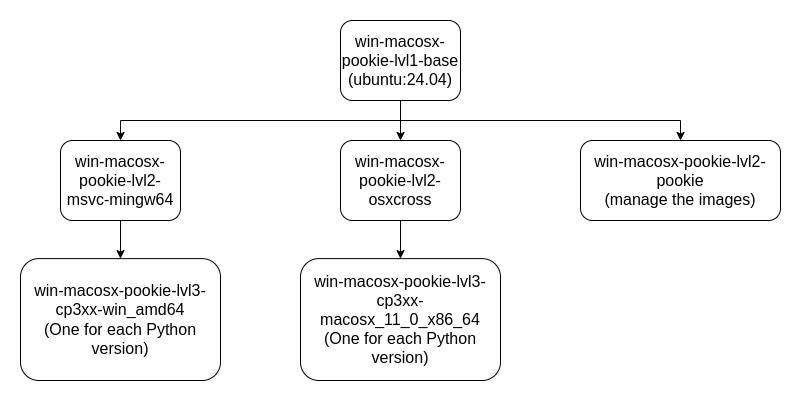
The draw.io diagram images/win-macosx-pookie/Docker_layer_graph_win-macosx-pookie.png in andreslilloortiz/pookie, before a commit. Source tidied: cells renumbered, new cells last; positions are measured from the earlier drawing's top-left corner, leaving out a move shared by most shapes. Source of this version:
```xml
<mxGraphModel>
  <root>
    <mxCell id="0" />
    <mxCell id="1" parent="0" />
    <mxCell id="2" style="edgeStyle=orthogonalEdgeStyle;rounded=0;jettySize=auto;html=1;exitX=0.5;exitY=1;exitDx=0;exitDy=0;entryX=0.5;entryY=0;entryDx=0;entryDy=0;fontSize=16;fontColor=default;" parent="1" edge="1" source="5" target="6">
      <mxGeometry relative="1" as="geometry" />
    </mxCell>
    <mxCell id="3" style="edgeStyle=orthogonalEdgeStyle;rounded=0;jettySize=auto;html=1;exitX=0.5;exitY=1;exitDx=0;exitDy=0;fontSize=16;fontColor=default;" parent="1" edge="1" source="5" target="8">
      <mxGeometry relative="1" as="geometry" />
    </mxCell>
    <mxCell id="4" style="edgeStyle=orthogonalEdgeStyle;rounded=0;jettySize=auto;html=1;exitX=0.5;exitY=1;exitDx=0;exitDy=0;fontSize=16;fontColor=default;" parent="1" edge="1" source="5" target="11">
      <mxGeometry relative="1" as="geometry" />
    </mxCell>
    <mxCell id="5" value="&lt;div&gt;&lt;font&gt;win-macosx-pookie-lvl1-base&lt;/font&gt;&lt;/div&gt;&lt;font&gt;(ubuntu:24.04)&lt;/font&gt;" style="rounded=1;whiteSpace=wrap;html=1;fontSize=16;fontColor=default;" parent="1" vertex="1">
      <mxGeometry x="320" width="120" height="80" as="geometry" />
    </mxCell>
    <mxCell id="6" value="&lt;font&gt;&lt;span style=&quot;&quot;&gt;win-macosx-pookie-lvl2-&lt;/span&gt;pookie&lt;/font&gt;&lt;div&gt;&lt;font&gt;(manage the images)&lt;/font&gt;&lt;/div&gt;" style="rounded=1;whiteSpace=wrap;html=1;strokeColor=default;fontSize=16;fontColor=default;" parent="1" vertex="1">
      <mxGeometry x="560" y="120" width="200" height="80" as="geometry" />
    </mxCell>
    <mxCell id="7" style="edgeStyle=orthogonalEdgeStyle;rounded=0;jettySize=auto;html=1;exitX=0.5;exitY=1;exitDx=0;exitDy=0;entryX=0.5;entryY=0;entryDx=0;entryDy=0;fontSize=16;fontColor=default;" parent="1" edge="1" source="8" target="9">
      <mxGeometry relative="1" as="geometry" />
    </mxCell>
    <mxCell id="8" value="win&lt;span style=&quot;&quot;&gt;-macosx-pookie-lvl2-msvc-mingw64&lt;/span&gt;" style="rounded=1;whiteSpace=wrap;html=1;fontSize=16;fontColor=default;" parent="1" vertex="1">
      <mxGeometry x="40" y="120" width="120" height="80" as="geometry" />
    </mxCell>
    <mxCell id="9" value="&lt;font&gt;&lt;span style=&quot;background-color: transparent;&quot;&gt;win-macosx-pookie&lt;/span&gt;&lt;span style=&quot;&quot;&gt;-&lt;/span&gt;&lt;span style=&quot;&quot;&gt;lvl3&lt;/span&gt;&lt;span style=&quot;&quot;&gt;-&lt;/span&gt;&lt;span style=&quot;&quot;&gt;cp3xx-win_amd64&lt;/span&gt;&lt;br&gt;&lt;span style=&quot;&quot;&gt;(One for each Python version)&lt;/span&gt;&lt;/font&gt;" style="rounded=1;whiteSpace=wrap;html=1;fontSize=16;fontColor=default;" parent="1" vertex="1">
      <mxGeometry y="238.1" width="200" height="121.9" as="geometry" />
    </mxCell>
    <mxCell id="10" style="edgeStyle=orthogonalEdgeStyle;rounded=0;jettySize=auto;html=1;exitX=0.5;exitY=1;exitDx=0;exitDy=0;entryX=0.5;entryY=0;entryDx=0;entryDy=0;fontSize=16;fontColor=default;" parent="1" edge="1" source="11" target="12">
      <mxGeometry relative="1" as="geometry" />
    </mxCell>
    <mxCell id="11" value="&lt;font&gt;&lt;span style=&quot;&quot;&gt;win-macosx-pookie-lvl2-&lt;/span&gt;osxcross&lt;/font&gt;" style="rounded=1;whiteSpace=wrap;html=1;fontSize=16;fontColor=default;" parent="1" vertex="1">
      <mxGeometry x="320" y="120" width="120" height="80" as="geometry" />
    </mxCell>
    <mxCell id="12" value="&lt;span style=&quot;&quot;&gt;&lt;span style=&quot;&quot;&gt;win-macosx-pookie&lt;/span&gt;-&lt;/span&gt;&lt;span style=&quot;&quot;&gt;lvl3&lt;/span&gt;&lt;span style=&quot;&quot;&gt;-&lt;/span&gt;&lt;span style=&quot;&quot;&gt;cp3xx-macosx_11_0_x86_64&lt;/span&gt;&lt;br style=&quot;&quot;&gt;&lt;span style=&quot;&quot;&gt;(One for each Python version)&lt;/span&gt;" style="rounded=1;whiteSpace=wrap;html=1;fontSize=16;fontColor=default;" parent="1" vertex="1">
      <mxGeometry x="280" y="238.1" width="200" height="121.9" as="geometry" />
    </mxCell>
  </root>
</mxGraphModel>
```
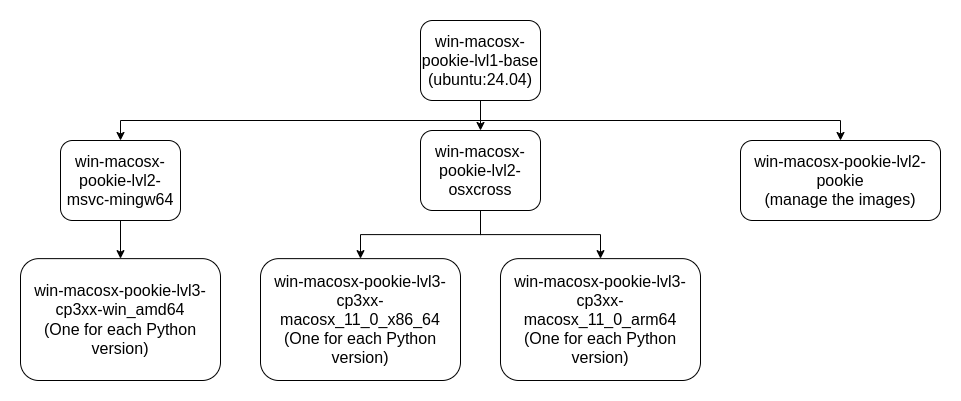
After the change.

Commit message:
Macos arm64 docker images

Diff of the diagram source:
```diff
@@ -12,10 +12,10 @@
       <mxGeometry relative="1" as="geometry" />
     </mxCell>
     <mxCell id="5" value="&lt;div&gt;&lt;font&gt;win-macosx-pookie-lvl1-base&lt;/font&gt;&lt;/div&gt;&lt;font&gt;(ubuntu:24.04)&lt;/font&gt;" style="rounded=1;whiteSpace=wrap;html=1;fontSize=16;fontColor=default;" parent="1" vertex="1">
-      <mxGeometry x="320" width="120" height="80" as="geometry" />
+      <mxGeometry x="400" width="120" height="80" as="geometry" />
     </mxCell>
     <mxCell id="6" value="&lt;font&gt;&lt;span style=&quot;&quot;&gt;win-macosx-pookie-lvl2-&lt;/span&gt;pookie&lt;/font&gt;&lt;div&gt;&lt;font&gt;(manage the images)&lt;/font&gt;&lt;/div&gt;" style="rounded=1;whiteSpace=wrap;html=1;strokeColor=default;fontSize=16;fontColor=default;" parent="1" vertex="1">
-      <mxGeometry x="560" y="120" width="200" height="80" as="geometry" />
+      <mxGeometry x="720" y="120" width="200" height="80" as="geometry" />
     </mxCell>
     <mxCell id="7" style="edgeStyle=orthogonalEdgeStyle;rounded=0;jettySize=auto;html=1;exitX=0.5;exitY=1;exitDx=0;exitDy=0;entryX=0.5;entryY=0;entryDx=0;entryDy=0;fontSize=16;fontColor=default;" parent="1" edge="1" source="8" target="9">
       <mxGeometry relative="1" as="geometry" />
@@ -30,10 +30,16 @@
       <mxGeometry relative="1" as="geometry" />
     </mxCell>
     <mxCell id="11" value="&lt;font&gt;&lt;span style=&quot;&quot;&gt;win-macosx-pookie-lvl2-&lt;/span&gt;osxcross&lt;/font&gt;" style="rounded=1;whiteSpace=wrap;html=1;fontSize=16;fontColor=default;" parent="1" vertex="1">
-      <mxGeometry x="320" y="120" width="120" height="80" as="geometry" />
+      <mxGeometry x="400" y="110" width="120" height="80" as="geometry" />
     </mxCell>
     <mxCell id="12" value="&lt;span style=&quot;&quot;&gt;&lt;span style=&quot;&quot;&gt;win-macosx-pookie&lt;/span&gt;-&lt;/span&gt;&lt;span style=&quot;&quot;&gt;lvl3&lt;/span&gt;&lt;span style=&quot;&quot;&gt;-&lt;/span&gt;&lt;span style=&quot;&quot;&gt;cp3xx-macosx_11_0_x86_64&lt;/span&gt;&lt;br style=&quot;&quot;&gt;&lt;span style=&quot;&quot;&gt;(One for each Python version)&lt;/span&gt;" style="rounded=1;whiteSpace=wrap;html=1;fontSize=16;fontColor=default;" parent="1" vertex="1">
-      <mxGeometry x="280" y="238.1" width="200" height="121.9" as="geometry" />
+      <mxGeometry x="240" y="238.1" width="200" height="121.9" as="geometry" />
     </mxCell>
+    <mxCell id="13" value="&lt;span style=&quot;&quot;&gt;&lt;span style=&quot;&quot;&gt;win-macosx-pookie&lt;/span&gt;-&lt;/span&gt;&lt;span style=&quot;&quot;&gt;lvl3&lt;/span&gt;&lt;span style=&quot;&quot;&gt;-&lt;/span&gt;&lt;span style=&quot;&quot;&gt;cp3xx-macosx_11_0_arm64&lt;/span&gt;&lt;br style=&quot;&quot;&gt;&lt;span style=&quot;&quot;&gt;(One for each Python version)&lt;/span&gt;" style="rounded=1;whiteSpace=wrap;html=1;fontSize=16;fontColor=default;" parent="1" vertex="1">
+      <mxGeometry x="480" y="238.1" width="200" height="121.9" as="geometry" />
+    </mxCell>
+    <mxCell id="14" style="edgeStyle=orthogonalEdgeStyle;rounded=0;jettySize=auto;html=1;exitX=0.5;exitY=1;exitDx=0;exitDy=0;entryX=0.5;entryY=0;entryDx=0;entryDy=0;fontSize=16;fontColor=default;" parent="1" edge="1" source="11" target="13">
+      <mxGeometry relative="1" as="geometry" />
+    </mxCell>
   </root>
 </mxGraphModel>
```
